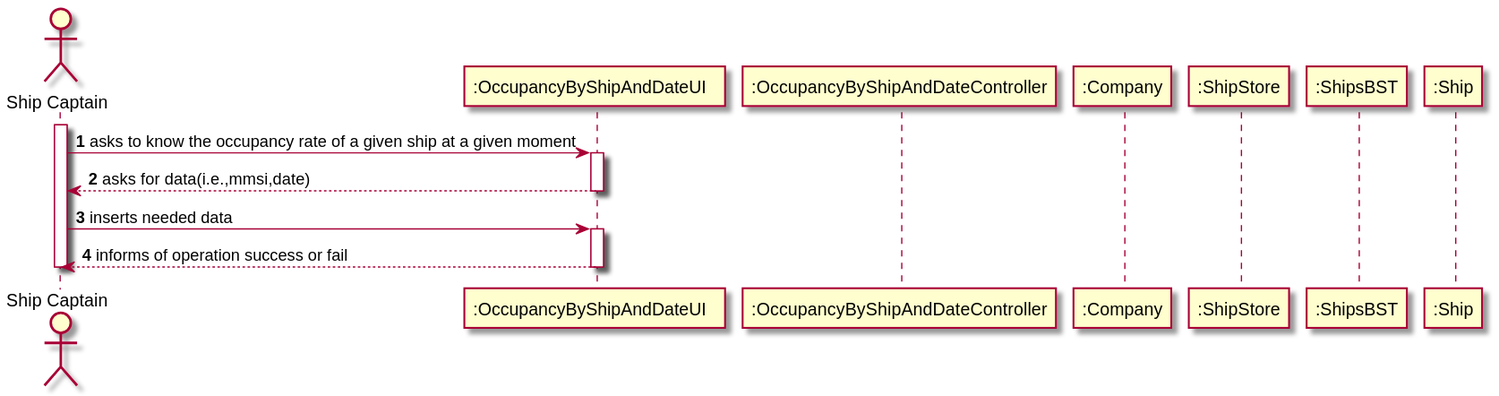
Before: docs/US209/US_209_SD.svg, a diagram exported from PlantUML (ana-albergaria/LAPR3-ISEP).
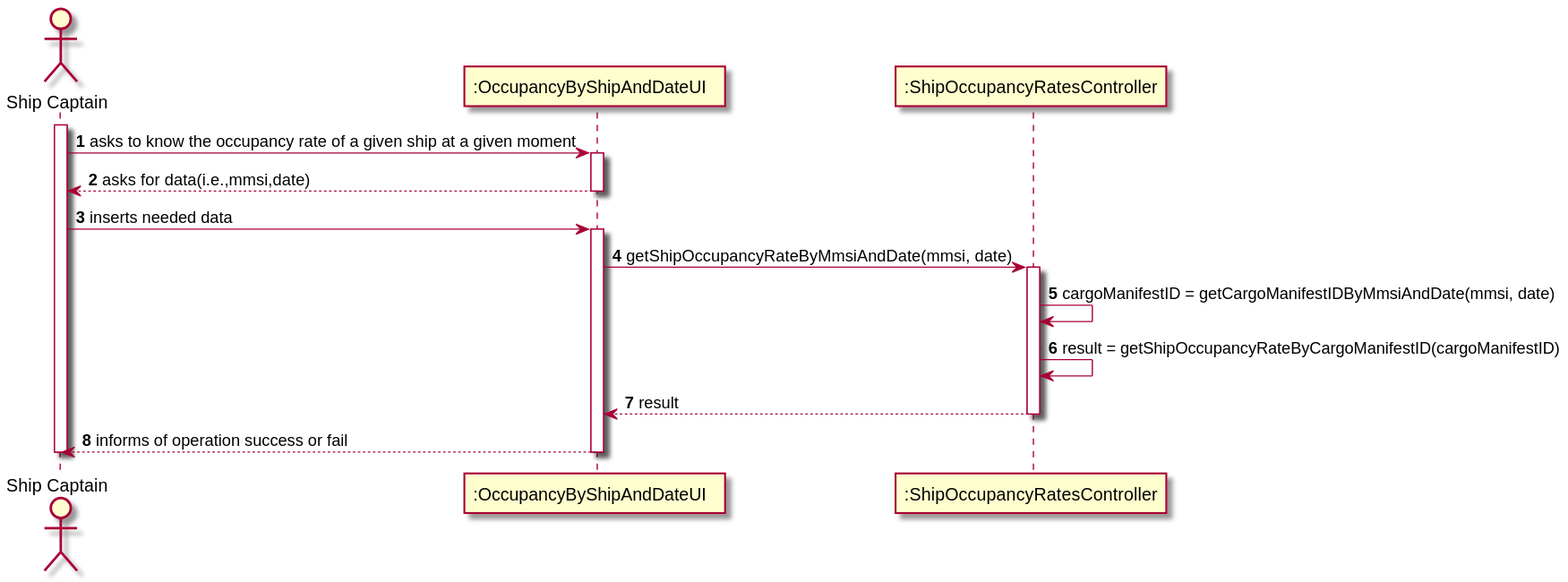
After the commit.

The edit, as a diff of the source:
```diff
@@ -2,11 +2,7 @@
 autonumber
 actor "Ship Captain" as SC
 participant ":OccupancyByShipAndDateUI  " as UI
-participant ":OccupancyByShipAndDateController" as CTRL
-participant ":Company" as CMP
-participant ":ShipStore" as STORE
-participant ":ShipsBST" as SBST
-participant ":Ship" as SHIP
+participant ":ShipOccupancyRatesController" as CTRL
 
 activate SC
 SC -> UI : asks to know the occupancy rate of a given ship at a given moment
@@ -15,6 +11,13 @@
 deactivate UI
 SC -> UI : inserts needed data
 activate UI
+UI -> CTRL : getShipOccupancyRateByMmsiAndDate(mmsi, date)
+activate CTRL
+CTRL -> CTRL : cargoManifestID = getCargoManifestIDByMmsiAndDate(mmsi, date)
+
+CTRL -> CTRL : result = getShipOccupancyRateByCargoManifestID(cargoManifestID)
+CTRL --> UI : result
+deactivate CTRL
 UI --> SC : informs of operation success or fail
 deactivate UI
 deactivate SC
```
